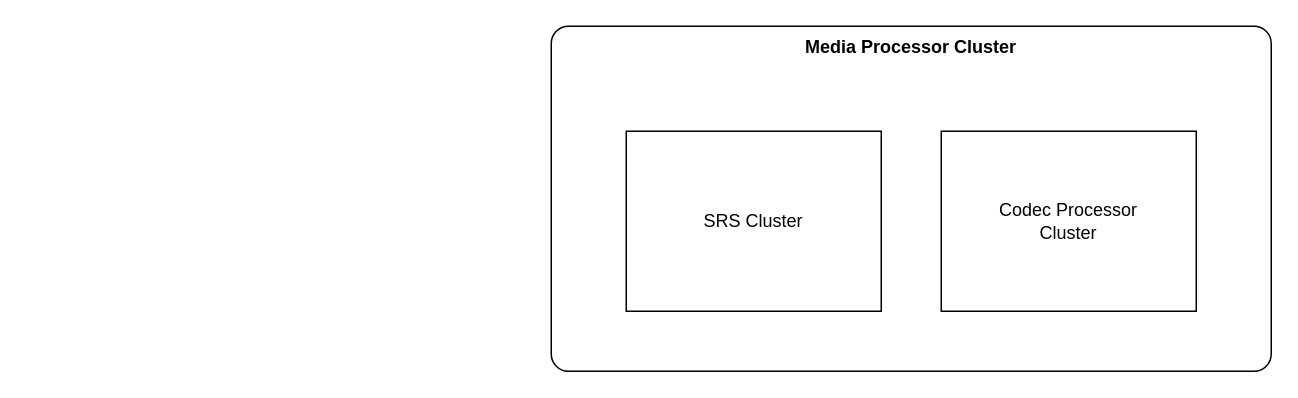
gengjie/aws_architecture keeps this draw.io diagram as zhibo.drawio. Above is the earlier version. Source tidied: cells renumbered, new cells numbered last; positions are measured from the earlier drawing's top-left corner, leaving out a move shared by most shapes. Both pictures are drawn from the tidied source at 150%, with x=0, y=0 at pixel (550, 26).
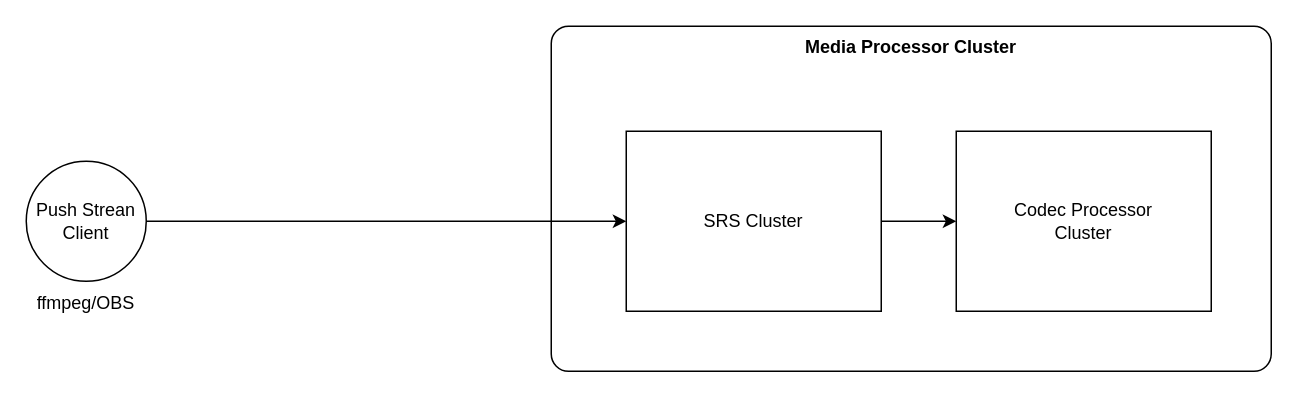
After the change.

Change to the diagram source:
```diff
@@
 <mxGraphModel>
   <root>
     <mxCell id="0" />
     <mxCell id="1" parent="0" />
     <mxCell id="2" value="Media Processor Cluster" style="rounded=1;whiteSpace=wrap;html=1;verticalAlign=top;arcSize=5;fontStyle=1;" parent="1" vertex="1">
       <mxGeometry width="480" height="230" as="geometry" />
     </mxCell>
+    <mxCell id="5" style="edgeStyle=orthogonalEdgeStyle;rounded=0;jettySize=auto;html=1;entryX=0;entryY=0.5;entryDx=0;entryDy=0;" parent="1" edge="1" source="3" target="4">
+      <mxGeometry relative="1" as="geometry" />
+    </mxCell>
     <mxCell id="3" value="SRS Cluster" style="rounded=0;whiteSpace=wrap;html=1;" parent="1" vertex="1">
       <mxGeometry x="50" y="70" width="170" height="120" as="geometry" />
     </mxCell>
     <mxCell id="4" value="Codec Processor&lt;br&gt;Cluster" style="rounded=0;whiteSpace=wrap;html=1;" parent="1" vertex="1">
-      <mxGeometry x="260" y="70" width="170" height="120" as="geometry" />
+      <mxGeometry x="270" y="70" width="170" height="120" as="geometry" />
     </mxCell>
+    <mxCell id="6" style="edgeStyle=orthogonalEdgeStyle;rounded=0;jettySize=auto;html=1;entryX=0;entryY=0.5;entryDx=0;entryDy=0;" parent="1" edge="1" source="7" target="3">
+      <mxGeometry relative="1" as="geometry" />
+    </mxCell>
+    <mxCell id="7" value="Push Strean&lt;br&gt;Client" style="ellipse;whiteSpace=wrap;html=1;" parent="1" vertex="1">
+      <mxGeometry x="-350" y="90" width="80" height="80" as="geometry" />
+    </mxCell>
+    <mxCell id="8" value="ffmpeg/OBS" style="text;html=1;align=center;verticalAlign=middle;whiteSpace=wrap;rounded=0;" parent="1" vertex="1">
+      <mxGeometry x="-340" y="170" width="60" height="30" as="geometry" />
+    </mxCell>
   </root>
 </mxGraphModel>
```
